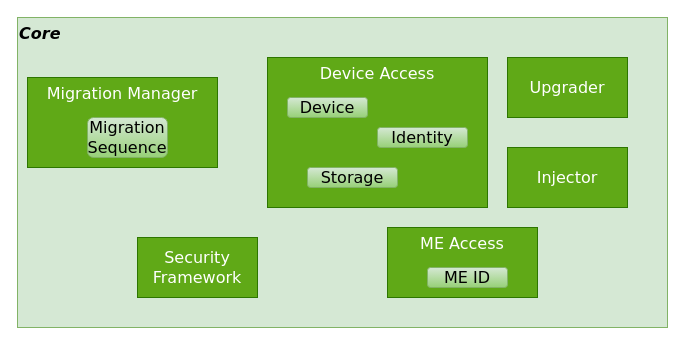
Above: page "Agency_core" (3 of 14) of doc/source/img/SOO.drawio in smartobjectoriented/soo (draw.io), before the change. Source tidied: cells renumbered, new cells numbered last; positions are measured from the earlier drawing's top-left corner, leaving out a move shared by most shapes. Both pictures are drawn from the tidied source at 100%, with x=0, y=0 at pixel (17, 17).
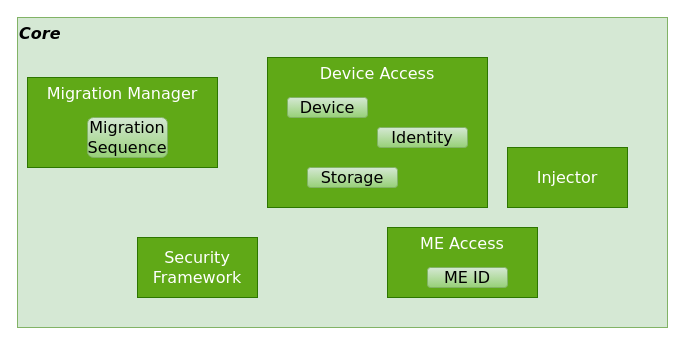
After the change.

What changed in the source:
```diff
@@
 <mxGraphModel>
   <root>
     <mxCell id="0" />
     <mxCell id="1" parent="0" />
     <mxCell id="2" value="Core" style="rounded=0;whiteSpace=wrap;html=1;fillColor=#d5e8d4;strokeColor=#82b366;fontFamily=Verdana;fontSize=16;verticalAlign=top;align=left;fontStyle=3;" parent="1" vertex="1">
       <mxGeometry width="650" height="310" as="geometry" />
     </mxCell>
     <mxCell id="3" value="ME Access" style="rounded=0;whiteSpace=wrap;html=1;fontFamily=Verdana;fontSize=16;strokeColor=#2D7600;fillColor=#60a917;align=center;verticalAlign=top;fontColor=#ffffff;" parent="1" vertex="1">
       <mxGeometry x="370" y="210" width="150" height="70" as="geometry" />
     </mxCell>
     <mxCell id="4" value="Migration Manager" style="rounded=0;whiteSpace=wrap;html=1;fontFamily=Verdana;fontSize=16;strokeColor=#2D7600;fillColor=#60a917;align=center;verticalAlign=top;fontColor=#ffffff;" parent="1" vertex="1">
       <mxGeometry x="10" y="60" width="190" height="90" as="geometry" />
     </mxCell>
     <mxCell id="5" value="Security Framework" style="rounded=0;whiteSpace=wrap;html=1;fontFamily=Verdana;fontSize=16;strokeColor=#2D7600;fillColor=#60a917;align=center;verticalAlign=middle;fontColor=#ffffff;" parent="1" vertex="1">
       <mxGeometry x="120" y="220" width="120" height="60" as="geometry" />
     </mxCell>
     <mxCell id="6" value="Device Access" style="rounded=0;whiteSpace=wrap;html=1;fontFamily=Verdana;fontSize=16;strokeColor=#2D7600;fillColor=#60a917;align=center;verticalAlign=top;fontColor=#ffffff;" parent="1" vertex="1">
       <mxGeometry x="250" y="40" width="220" height="150" as="geometry" />
     </mxCell>
     <mxCell id="7" value="Identity" style="rounded=1;whiteSpace=wrap;html=1;fontFamily=Verdana;fontSize=16;strokeColor=#82b366;fillColor=#d5e8d4;align=center;verticalAlign=middle;gradientColor=#97d077;" parent="1" vertex="1">
       <mxGeometry x="360" y="110" width="90" height="20" as="geometry" />
     </mxCell>
     <mxCell id="8" value="Device" style="rounded=1;whiteSpace=wrap;html=1;fontFamily=Verdana;fontSize=16;strokeColor=#82b366;fillColor=#d5e8d4;align=center;verticalAlign=middle;gradientColor=#97d077;" parent="1" vertex="1">
       <mxGeometry x="270" y="80" width="80" height="20" as="geometry" />
     </mxCell>
     <mxCell id="9" value="Storage" style="rounded=1;whiteSpace=wrap;html=1;fontFamily=Verdana;fontSize=16;strokeColor=#82b366;fillColor=#d5e8d4;align=center;verticalAlign=middle;gradientColor=#97d077;" parent="1" vertex="1">
       <mxGeometry x="290" y="150" width="90" height="20" as="geometry" />
     </mxCell>
-    <mxCell id="10" value="Upgrader" style="rounded=0;whiteSpace=wrap;html=1;fontFamily=Verdana;fontSize=16;strokeColor=#2D7600;fillColor=#60a917;align=center;verticalAlign=middle;fontColor=#ffffff;" parent="1" vertex="1">
-      <mxGeometry x="490" y="40" width="120" height="60" as="geometry" />
-    </mxCell>
     <mxCell id="11" value="Injector" style="rounded=0;whiteSpace=wrap;html=1;fontFamily=Verdana;fontSize=16;strokeColor=#2D7600;fillColor=#60a917;align=center;verticalAlign=middle;fontColor=#ffffff;" parent="1" vertex="1">
       <mxGeometry x="490" y="130" width="120" height="60" as="geometry" />
     </mxCell>
     <mxCell id="12" value="ME ID" style="rounded=1;whiteSpace=wrap;html=1;fontFamily=Verdana;fontSize=16;strokeColor=#82b366;fillColor=#d5e8d4;align=center;verticalAlign=middle;gradientColor=#97d077;" parent="1" vertex="1">
       <mxGeometry x="410" y="250" width="80" height="20" as="geometry" />
     </mxCell>
     <mxCell id="13" value="Migration Sequence" style="rounded=1;whiteSpace=wrap;html=1;fontFamily=Verdana;fontSize=16;strokeColor=#82b366;fillColor=#d5e8d4;align=center;verticalAlign=middle;gradientColor=#97d077;" parent="1" vertex="1">
       <mxGeometry x="70" y="100" width="80" height="40" as="geometry" />
     </mxCell>
   </root>
 </mxGraphModel>
```
